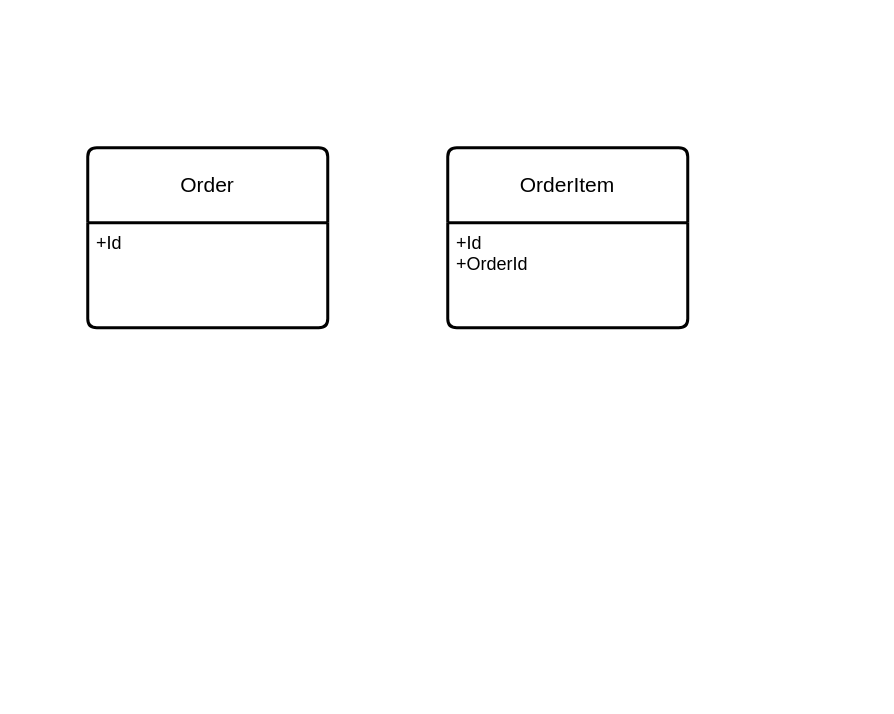
Before: docs/business-objects.drawio in lorenzipsum/sushi-train, a draw.io diagram. Source tidied: cells renumbered, new cells numbered last; positions are measured from the earlier drawing's top-left corner, leaving out a move shared by most shapes. Both pictures are drawn from the tidied source at 150%, with x=0, y=0 at pixel (87, 147).
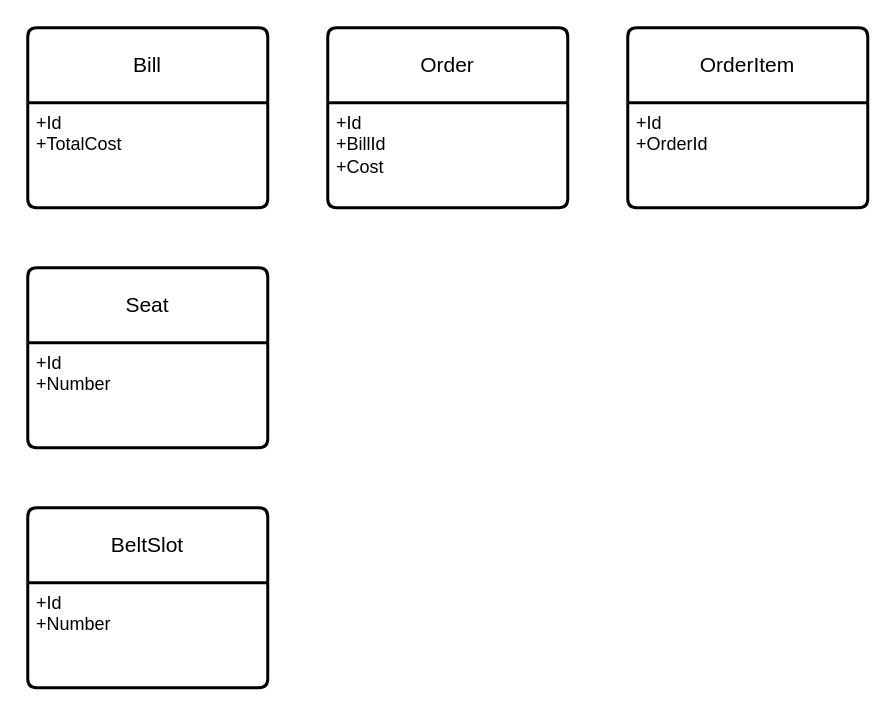
After the change.

Change to the diagram source:
```diff
@@
 <mxGraphModel>
   <root>
     <mxCell id="0" />
     <mxCell id="1" parent="0" />
     <mxCell id="2" value="Order" style="swimlane;horizontal=1;startSize=50;rounded=1;fontSize=14;fontStyle=0;strokeWidth=2;shadow=0;dashed=0;align=center;arcSize=4;whiteSpace=wrap;html=1;" parent="1" vertex="1">
-      <mxGeometry width="160" height="120" as="geometry" />
+      <mxGeometry x="160" y="-80" width="160" height="120" as="geometry" />
     </mxCell>
-    <mxCell id="3" value="+Id" style="align=left;strokeColor=none;fillColor=none;spacingLeft=4;spacingRight=4;fontSize=12;verticalAlign=top;html=1;whiteSpace=wrap;" parent="2" vertex="1">
+    <mxCell id="3" value="+Id&lt;div&gt;+BillId&lt;/div&gt;&lt;div&gt;+Cost&lt;/div&gt;" style="align=left;strokeColor=none;fillColor=none;spacingLeft=4;spacingRight=4;fontSize=12;verticalAlign=top;html=1;whiteSpace=wrap;" parent="2" vertex="1">
       <mxGeometry y="50" width="160" height="70" as="geometry" />
     </mxCell>
     <mxCell id="4" value="OrderItem" style="swimlane;horizontal=1;startSize=50;rounded=1;fontSize=14;fontStyle=0;strokeWidth=2;shadow=0;dashed=0;align=center;arcSize=4;whiteSpace=wrap;html=1;" parent="1" vertex="1">
-      <mxGeometry x="240" width="160" height="120" as="geometry" />
+      <mxGeometry x="360" y="-80" width="160" height="120" as="geometry" />
     </mxCell>
     <mxCell id="5" value="+Id&lt;br&gt;&lt;div&gt;+OrderId&lt;/div&gt;" style="align=left;strokeColor=none;fillColor=none;spacingLeft=4;spacingRight=4;fontSize=12;verticalAlign=top;html=1;whiteSpace=wrap;" parent="4" vertex="1">
       <mxGeometry y="50" width="160" height="70" as="geometry" />
     </mxCell>
+    <mxCell id="6" value="Bill" style="swimlane;horizontal=1;startSize=50;rounded=1;fontSize=14;fontStyle=0;strokeWidth=2;shadow=0;dashed=0;align=center;arcSize=4;whiteSpace=wrap;html=1;" parent="1" vertex="1">
+      <mxGeometry x="-40" y="-80" width="160" height="120" as="geometry" />
+    </mxCell>
+    <mxCell id="7" value="+Id&lt;div&gt;+TotalCost&lt;/div&gt;" style="align=left;strokeColor=none;fillColor=none;spacingLeft=4;spacingRight=4;fontSize=12;verticalAlign=top;html=1;whiteSpace=wrap;" parent="6" vertex="1">
+      <mxGeometry y="50" width="160" height="70" as="geometry" />
+    </mxCell>
+    <mxCell id="8" value="Seat" style="swimlane;horizontal=1;startSize=50;rounded=1;fontSize=14;fontStyle=0;strokeWidth=2;shadow=0;dashed=0;align=center;arcSize=4;whiteSpace=wrap;html=1;" parent="1" vertex="1">
+      <mxGeometry x="-40" y="80" width="160" height="120" as="geometry" />
+    </mxCell>
+    <mxCell id="9" value="+Id&lt;div&gt;+Number&lt;/div&gt;" style="align=left;strokeColor=none;fillColor=none;spacingLeft=4;spacingRight=4;fontSize=12;verticalAlign=top;html=1;whiteSpace=wrap;" parent="8" vertex="1">
+      <mxGeometry y="50" width="160" height="70" as="geometry" />
+    </mxCell>
+    <mxCell id="10" value="BeltSlot" style="swimlane;horizontal=1;startSize=50;rounded=1;fontSize=14;fontStyle=0;strokeWidth=2;shadow=0;dashed=0;align=center;arcSize=4;whiteSpace=wrap;html=1;" parent="1" vertex="1">
+      <mxGeometry x="-40" y="240" width="160" height="120" as="geometry" />
+    </mxCell>
+    <mxCell id="11" value="+Id&lt;div&gt;+Number&lt;/div&gt;" style="align=left;strokeColor=none;fillColor=none;spacingLeft=4;spacingRight=4;fontSize=12;verticalAlign=top;html=1;whiteSpace=wrap;" parent="10" vertex="1">
+      <mxGeometry y="50" width="160" height="70" as="geometry" />
+    </mxCell>
   </root>
 </mxGraphModel>
```
